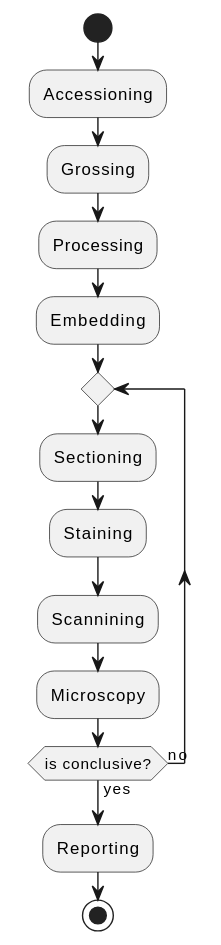
Earlier version of the PlantUML export doc/src/images/svg/1_patho_process_iter1.svg (patologiivest/unpaidme). Its diagram source:
```plantuml
@startuml
start
- Accessioning
- Grossing
- Processing
- Embedding
repeat
- Sectioning
- Staining
- Scannining
- Microscopy
repeat while (is conclusive?) is (no) not (yes)
- Reporting
stop
@enduml
```
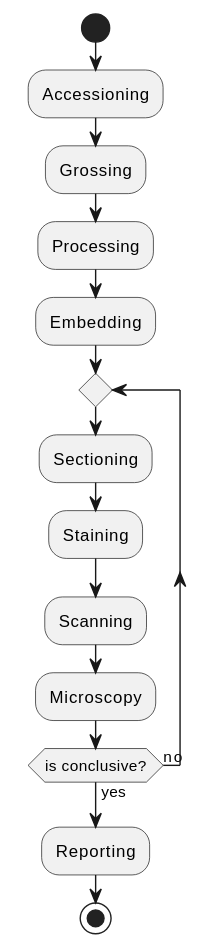
After the commit.

Commit message:
errorneous config item

The edit, as a diff of the source:
```diff
@@ -7,7 +7,7 @@
 repeat
 - Sectioning
 - Staining
-- Scannining
+- Scanning
 - Microscopy
 repeat while (is conclusive?) is (no) not (yes)
 - Reporting
```
